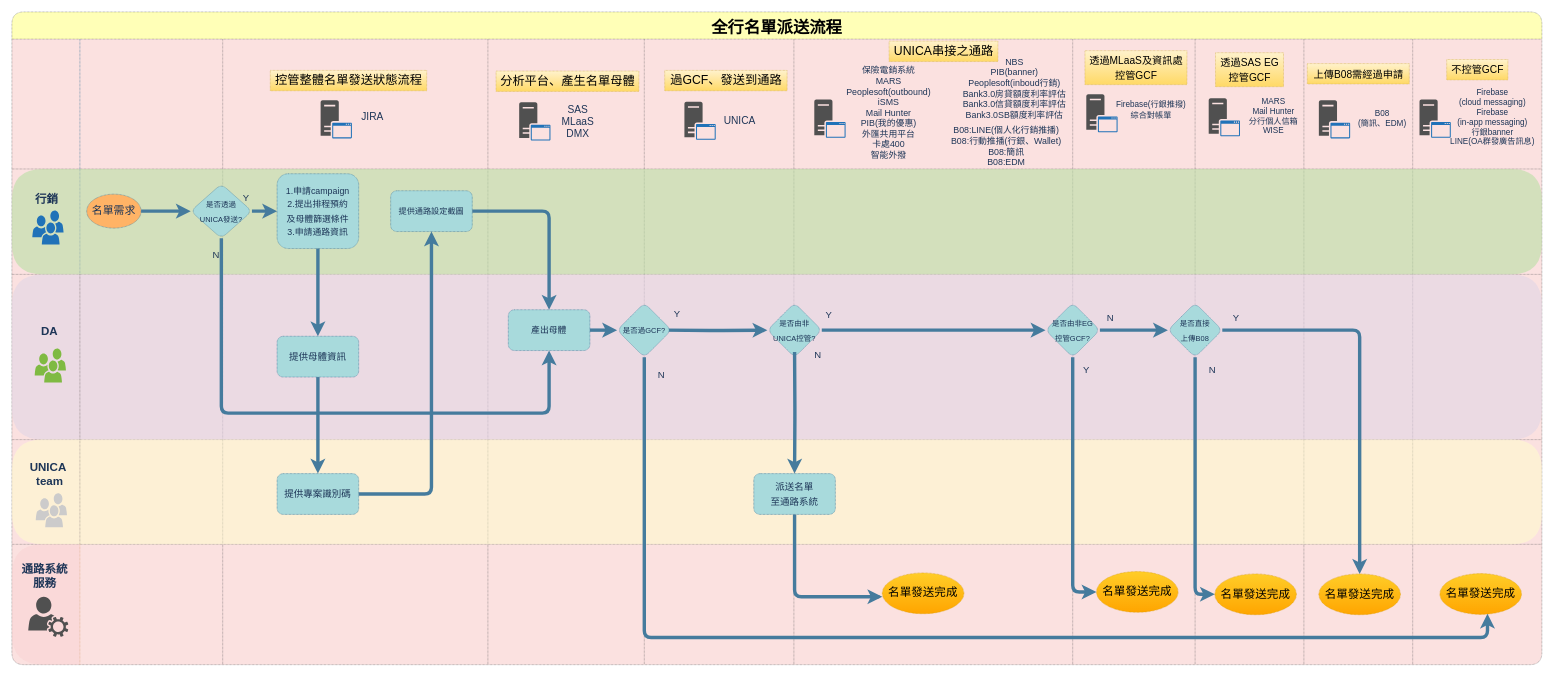
This is 全行名單流程.drawio from colin03564/drawio, a draw.io file, before an edit. Source tidied: cells renumbered, new cells numbered last; positions are measured from the earlier drawing's top-left corner, leaving out a move shared by most shapes. Both pictures are drawn from the tidied source at 68%, with x=0, y=0 at pixel (12, 12).
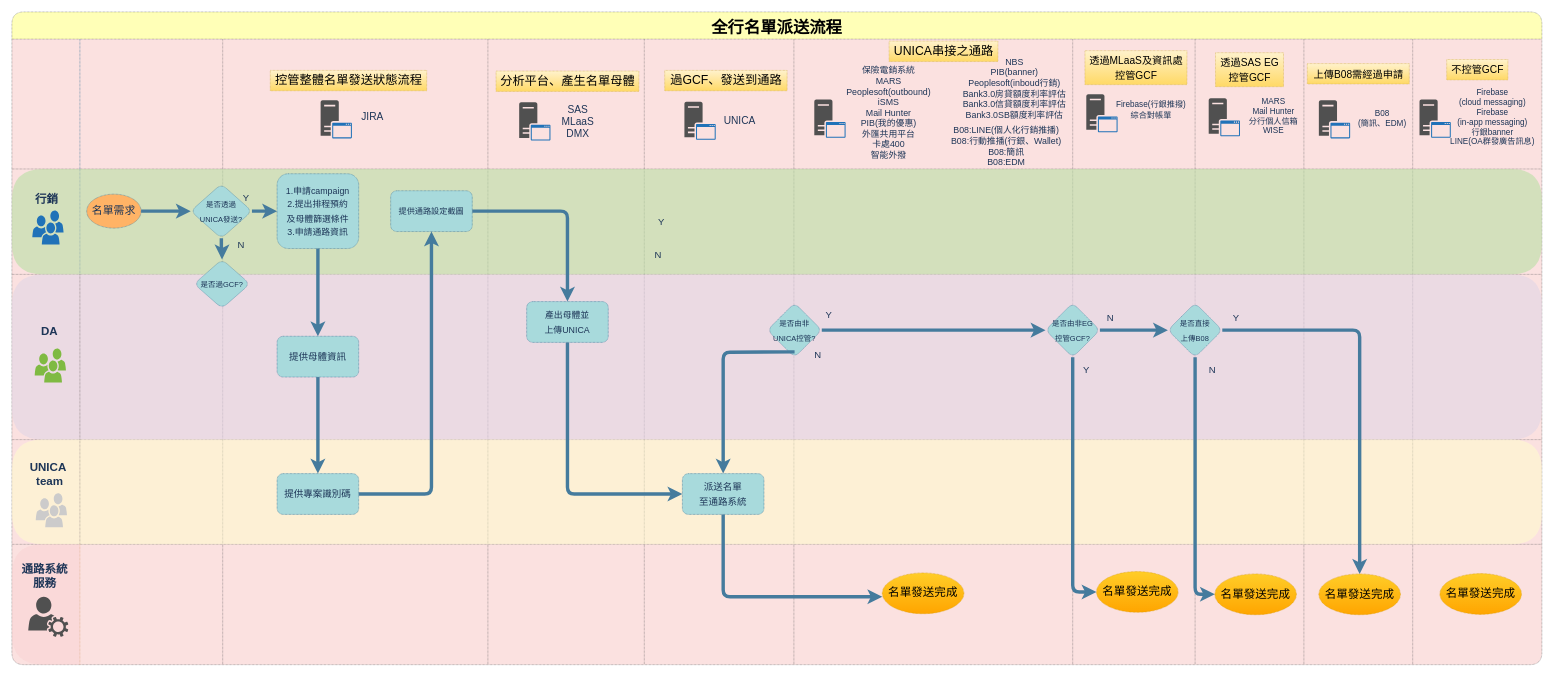
After the change.

Commit message (it also covers changes not shown here):
更新全行名單流程.drawio

The change refers to these unchanged cells:
```xml
<mxCell id="2" value="全行名單派送流程" style="shape=table;childLayout=tableLayout;startSize=40;fontStyle=1;rounded=1;strokeColor=#36393d;fillColor=#ffff88;fontSize=24;dashed=1;dashPattern=1 1;swimlaneFillColor=#F8CECC;arcSize=15;opacity=60;" parent="1" vertex="1">
  <mxGeometry width="2250" height="960" as="geometry" />
</mxCell>
<mxCell id="40" style="swimlane;swimlaneHead=0;swimlaneBody=0;fontStyle=0;fillColor=#B9E0A5;startSize=0;fontStyle=1;rounded=1;fontColor=#1D3557;strokeColor=#457B9D;dashed=1;dashPattern=1 1;" parent="39" vertex="1">
  <mxGeometry x="100" width="210" height="155" as="geometry" />
</mxCell>
<mxCell id="45" value="&lt;font style=&quot;font-size: 11px;&quot;&gt;是否透過&lt;br&gt;UNICA發送?&lt;/font&gt;" style="rhombus;whiteSpace=wrap;html=1;fontSize=17;fillColor=#A8DADC;strokeColor=#457B9D;fontColor=#1D3557;rounded=1;dashed=1;dashPattern=1 1;" parent="43" vertex="1">
  <mxGeometry x="-47" y="22" width="90" height="80" as="geometry" />
</mxCell>
<mxCell id="50" style="swimlane;swimlaneHead=0;swimlaneBody=0;fontStyle=0;fillColor=#B9E0A5;startSize=0;fontStyle=1;rounded=1;fontColor=#1D3557;strokeColor=#457B9D;dashed=1;dashPattern=1 1;" parent="39" vertex="1">
  <mxGeometry x="930" width="220" height="155" as="geometry" />
</mxCell>
<mxCell id="57" style="shape=tableRow;horizontal=0;startSize=100;swimlaneHead=0;swimlaneBody=0;top=0;left=0;bottom=0;right=0;fillColor=#e1d5e7;fontStyle=1;rounded=1;strokeColor=#333333;dashed=1;dashPattern=1 1;swimlaneFillColor=#E1D5E7;opacity=60;" parent="2" vertex="1">
  <mxGeometry y="386" width="2250" height="243" as="geometry" />
</mxCell>
<mxCell id="59" style="swimlane;swimlaneHead=0;swimlaneBody=0;fontStyle=0;fillColor=none;startSize=0;fontStyle=1;rounded=1;fontColor=#1D3557;strokeColor=#457B9D;dashed=1;dashPattern=1 1;" parent="57" vertex="1">
  <mxGeometry x="310" width="390" height="243" as="geometry" />
</mxCell>
<mxCell id="61" style="swimlane;swimlaneHead=0;swimlaneBody=0;fontStyle=0;fillColor=none;startSize=0;fontStyle=1;rounded=1;fontColor=#1D3557;strokeColor=#457B9D;dashed=1;dashPattern=1 1;" parent="57" vertex="1">
  <mxGeometry x="700" width="230" height="243" as="geometry" />
</mxCell>
<mxCell id="63" style="swimlane;swimlaneHead=0;swimlaneBody=0;fontStyle=0;fillColor=none;startSize=0;fontStyle=1;rounded=1;fontColor=#1D3557;strokeColor=#457B9D;dashed=1;dashPattern=1 1;" parent="57" vertex="1">
  <mxGeometry x="930" width="220" height="243" as="geometry" />
</mxCell>
<mxCell id="67" value="&lt;font style=&quot;font-size: 11px;&quot;&gt;是否由非UNICA控管?&lt;/font&gt;" style="rhombus;whiteSpace=wrap;html=1;fontSize=17;fillColor=#A8DADC;strokeColor=#457B9D;fontColor=#1D3557;rounded=1;dashed=1;dashPattern=1 1;" parent="63" vertex="1">
  <mxGeometry x="181" y="42" width="80" height="80" as="geometry" />
</mxCell>
<mxCell id="90" style="swimlane;swimlaneHead=0;swimlaneBody=0;fontStyle=0;fillColor=none;startSize=0;fontStyle=1;rounded=1;fontColor=#1D3557;strokeColor=#457B9D;dashed=1;dashPattern=1 1;" parent="85" vertex="1">
  <mxGeometry x="930" width="220" height="154" as="geometry" />
</mxCell>
<mxCell id="111" value="&lt;span style=&quot;&quot;&gt;名單發送完成&lt;/span&gt;" style="ellipse;whiteSpace=wrap;html=1;fontSize=17;fillColor=#ffcd28;strokeColor=#d79b00;rounded=1;dashed=1;dashPattern=1 1;gradientColor=#ffa500;" parent="110" vertex="1">
  <mxGeometry x="40" y="43" width="120" height="60" as="geometry" />
</mxCell>
```

Diff of the diagram source:
```diff
@@
     <mxCell id="42" value="&lt;font style=&quot;font-size: 14px;&quot;&gt;N&lt;/font&gt;" style="text;html=1;align=center;verticalAlign=middle;fillColor=none;strokeColor=none;rounded=1;fontSize=13;fontColor=#1D3557;dashed=1;dashPattern=1 1;" parent="40" vertex="1">
-      <mxGeometry x="185" y="116" width="30" height="20" as="geometry" />
+      <mxGeometry x="222" y="102" width="30" height="20" as="geometry" />
     </mxCell>
@@
+    <mxCell id="66" value="&lt;font style=&quot;font-size: 14px;&quot;&gt;Y&lt;/font&gt;" style="text;html=1;align=center;verticalAlign=middle;fillColor=none;strokeColor=none;rounded=1;fontSize=13;fontColor=#1D3557;dashed=1;dashPattern=1 1;arcSize=50;" parent="50" vertex="1">
+      <mxGeometry x="15" y="67.5" width="20" height="20" as="geometry" />
+    </mxCell>
+    <mxCell id="69" value="&lt;font style=&quot;font-size: 14px;&quot;&gt;N&lt;/font&gt;" style="text;html=1;align=center;verticalAlign=middle;fillColor=none;strokeColor=none;rounded=1;fontSize=13;fontColor=#1D3557;dashed=1;dashPattern=1 1;" parent="50" vertex="1">
+      <mxGeometry x="5" y="117" width="30" height="20" as="geometry" />
+    </mxCell>
@@
+    <mxCell id="65" value="&lt;font style=&quot;font-size: 11px;&quot;&gt;是否過GCF?&lt;/font&gt;" style="rhombus;whiteSpace=wrap;html=1;fontSize=17;fillColor=#A8DADC;strokeColor=#457B9D;fontColor=#1D3557;rounded=1;dashed=1;dashPattern=1 1;" parent="59" vertex="1">
+      <mxGeometry x="-42" y="-22" width="82" height="72" as="geometry" />
+    </mxCell>
@@
-    <mxCell id="62" value="&lt;font style=&quot;font-size: 13px;&quot;&gt;產出母體&lt;/font&gt;" style="whiteSpace=wrap;html=1;fontSize=17;fillColor=#A8DADC;strokeColor=#457B9D;fontColor=#1D3557;rounded=1;dashed=1;dashPattern=1 1;" parent="61" vertex="1">
-      <mxGeometry x="30" y="52" width="120" height="60" as="geometry" />
+    <mxCell id="62" value="&lt;font style=&quot;font-size: 13px;&quot;&gt;產出母體並&lt;br&gt;上傳UNICA&lt;/font&gt;" style="whiteSpace=wrap;html=1;fontSize=17;fillColor=#A8DADC;strokeColor=#457B9D;fontColor=#1D3557;rounded=1;dashed=1;dashPattern=1 1;" parent="61" vertex="1">
+      <mxGeometry x="57" y="40" width="120" height="60" as="geometry" />
     </mxCell>
@@
-    <mxCell id="64" style="edgeStyle=orthogonalEdgeStyle;rounded=1;jettySize=auto;html=1;fontSize=11;fontColor=#1D3557;strokeColor=#457B9D;fillColor=#A8DADC;jumpSize=13;strokeWidth=5;" parent="63" edge="1" target="67">
-      <mxGeometry relative="1" as="geometry">
-        <mxPoint x="30" y="82" as="sourcePoint" />
-      </mxGeometry>
-    </mxCell>
-    <mxCell id="65" value="&lt;font style=&quot;font-size: 11px;&quot;&gt;是否過GCF?&lt;/font&gt;" style="rhombus;whiteSpace=wrap;html=1;fontSize=17;fillColor=#A8DADC;strokeColor=#457B9D;fontColor=#1D3557;rounded=1;dashed=1;dashPattern=1 1;" parent="63" vertex="1">
-      <mxGeometry x="-40" y="42" width="80" height="80" as="geometry" />
-    </mxCell>
-    <mxCell id="66" value="&lt;font style=&quot;font-size: 14px;&quot;&gt;Y&lt;/font&gt;" style="text;html=1;align=center;verticalAlign=middle;fillColor=none;strokeColor=none;rounded=1;fontSize=13;fontColor=#1D3557;dashed=1;dashPattern=1 1;" parent="63" vertex="1">
-      <mxGeometry x="38" y="48" width="20" height="20" as="geometry" />
-    </mxCell>
@@
-    <mxCell id="69" value="&lt;font style=&quot;font-size: 14px;&quot;&gt;N&lt;/font&gt;" style="text;html=1;align=center;verticalAlign=middle;fillColor=none;strokeColor=none;rounded=1;fontSize=13;fontColor=#1D3557;dashed=1;dashPattern=1 1;" parent="63" vertex="1">
-      <mxGeometry x="10" y="138" width="30" height="20" as="geometry" />
-    </mxCell>
@@
-    <mxCell id="82" style="edgeStyle=orthogonalEdgeStyle;rounded=1;jettySize=auto;html=1;fontSize=13;fontColor=#1D3557;strokeColor=#457B9D;fillColor=#A8DADC;jumpSize=13;strokeWidth=5;" parent="57" edge="1" source="62" target="65">
-      <mxGeometry relative="1" as="geometry" />
-    </mxCell>
@@
     <mxCell id="91" value="&lt;font style=&quot;font-size: 14px;&quot;&gt;派送名單&lt;br&gt;至通路系統&lt;/font&gt;" style="whiteSpace=wrap;html=1;fontSize=17;fillColor=#A8DADC;strokeColor=#457B9D;fontColor=#1D3557;rounded=1;dashed=1;dashPattern=1 1;" parent="90" vertex="1">
-      <mxGeometry x="161" y="50" width="120" height="60" as="geometry" />
+      <mxGeometry x="56" y="50" width="120" height="60" as="geometry" />
     </mxCell>
@@
-    <mxCell id="115" style="edgeStyle=orthogonalEdgeStyle;rounded=1;jettySize=auto;html=1;entryX=0.583;entryY=0.983;entryDx=0;entryDy=0;entryPerimeter=0;fontSize=12;fontColor=#1D3557;strokeColor=#457B9D;fillColor=#A8DADC;jumpSize=13;strokeWidth=5;" parent="2" edge="1" source="65" target="111">
-      <mxGeometry relative="1" as="geometry">
-        <Array as="points">
-          <mxPoint x="930" y="920" />
-          <mxPoint x="2170" y="920" />
-        </Array>
-      </mxGeometry>
-    </mxCell>
@@
-    <mxCell id="122" style="edgeStyle=orthogonalEdgeStyle;rounded=1;jettySize=auto;html=1;exitX=0.5;exitY=1;exitDx=0;exitDy=0;entryX=0.5;entryY=1;entryDx=0;entryDy=0;strokeColor=#457B9D;strokeWidth=5;" parent="2" edge="1" source="45" target="62">
-      <mxGeometry relative="1" as="geometry">
-        <Array as="points">
-          <mxPoint x="308" y="590" />
-          <mxPoint x="790" y="590" />
-        </Array>
-      </mxGeometry>
-    </mxCell>
+    <mxCell id="131" style="edgeStyle=orthogonalEdgeStyle;rounded=1;jettySize=auto;html=1;entryX=0;entryY=0.5;entryDx=0;entryDy=0;strokeColor=#457B9D;strokeWidth=5;exitX=0.5;exitY=1;exitDx=0;exitDy=0;" parent="2" edge="1" source="62" target="91">
+      <mxGeometry relative="1" as="geometry" />
+    </mxCell>
+    <mxCell id="132" style="edgeStyle=orthogonalEdgeStyle;rounded=1;jettySize=auto;html=1;entryX=0.5;entryY=0;entryDx=0;entryDy=0;strokeColor=#457B9D;strokeWidth=5;" parent="2" edge="1" source="45" target="65">
+      <mxGeometry relative="1" as="geometry" />
+    </mxCell>
```
